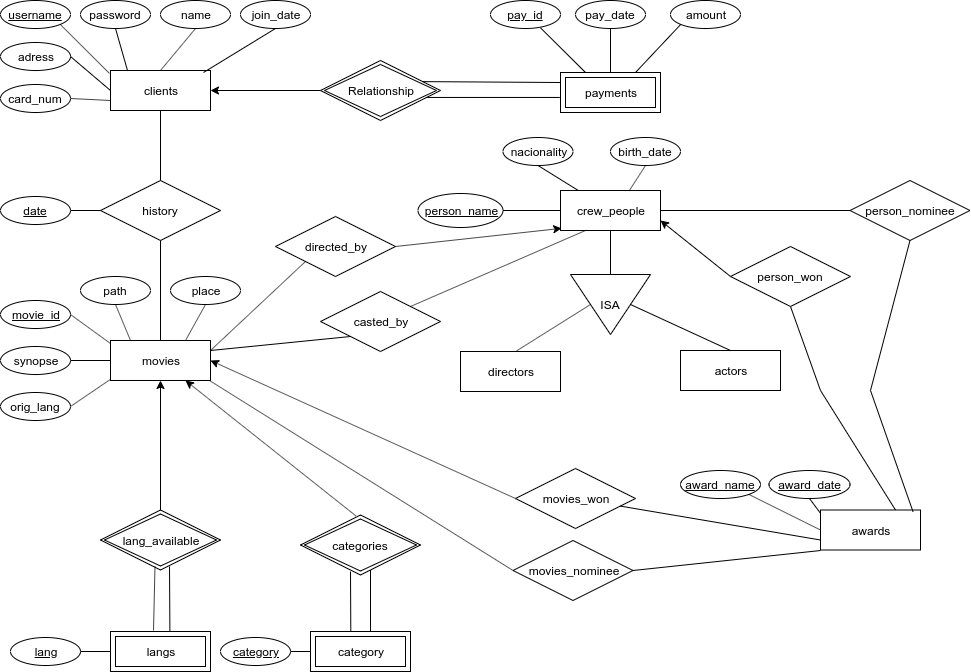
MiguelNdeCarvalho/BD-Work-2 keeps this draw.io diagram as er.png. Above is the earlier version. Source tidied: cells renumbered, new cells last; positions are measured from the earlier drawing's top-left corner, leaving out a move shared by most shapes. Source of this version:
```xml
<mxGraphModel>
  <root>
    <mxCell id="0" />
    <mxCell id="1" parent="0" />
    <mxCell id="2" value="clients" style="whiteSpace=wrap;html=1;align=center;" parent="1" vertex="1">
      <mxGeometry x="110" y="70" width="100" height="40" as="geometry" />
    </mxCell>
    <mxCell id="3" value="username" style="ellipse;whiteSpace=wrap;html=1;align=center;fontStyle=4;" parent="1" vertex="1">
      <mxGeometry width="70" height="28" as="geometry" />
    </mxCell>
    <mxCell id="4" value="password" style="ellipse;whiteSpace=wrap;html=1;align=center;" parent="1" vertex="1">
      <mxGeometry x="80" width="70" height="28" as="geometry" />
    </mxCell>
    <mxCell id="5" value="name&lt;span style=&quot;color: rgba(0 , 0 , 0 , 0) ; font-family: monospace ; font-size: 0px ; white-space: nowrap&quot;&gt;%3CmxGraphModel%3E%3Croot%3E%3CmxCell%20id%3D%220%22%2F%3E%3CmxCell%20id%3D%221%22%20parent%3D%220%22%2F%3E%3CmxCell%20id%3D%222%22%20value%3D%22username%22%20style%3D%22ellipse%3BwhiteSpace%3Dwrap%3Bhtml%3D1%3Balign%3Dcenter%3B%22%20vertex%3D%221%22%20parent%3D%221%22%3E%3CmxGeometry%20x%3D%22110%22%20y%3D%22152%22%20width%3D%2270%22%20height%3D%2228%22%20as%3D%22geometry%22%2F%3E%3C%2FmxCell%3E%3C%2Froot%3E%3C%2FmxGraphModel%3E&lt;/span&gt;" style="ellipse;whiteSpace=wrap;html=1;align=center;" parent="1" vertex="1">
      <mxGeometry x="160" width="70" height="28" as="geometry" />
    </mxCell>
    <mxCell id="6" value="join_date" style="ellipse;whiteSpace=wrap;html=1;align=center;" parent="1" vertex="1">
      <mxGeometry x="240" width="70" height="28" as="geometry" />
    </mxCell>
    <mxCell id="7" value="adress" style="ellipse;whiteSpace=wrap;html=1;align=center;" parent="1" vertex="1">
      <mxGeometry y="42" width="70" height="28" as="geometry" />
    </mxCell>
    <mxCell id="8" value="card_num" style="ellipse;whiteSpace=wrap;html=1;align=center;" parent="1" vertex="1">
      <mxGeometry y="84" width="70" height="28" as="geometry" />
    </mxCell>
    <mxCell id="9" style="endArrow=none;html=1;rounded=0;exitX=1;exitY=0.5;exitDx=0;exitDy=0;entryX=0;entryY=0.75;entryDx=0;entryDy=0;" parent="1" edge="1" source="8" target="2">
      <mxGeometry relative="1" as="geometry" />
    </mxCell>
    <mxCell id="10" style="endArrow=none;html=1;rounded=0;exitX=1;exitY=0.5;exitDx=0;exitDy=0;entryX=0;entryY=0.5;entryDx=0;entryDy=0;" parent="1" edge="1" source="7" target="2">
      <mxGeometry relative="1" as="geometry" />
    </mxCell>
    <mxCell id="11" style="endArrow=none;html=1;rounded=0;exitX=1;exitY=1;exitDx=0;exitDy=0;entryX=-0.01;entryY=0.075;entryDx=0;entryDy=0;entryPerimeter=0;" parent="1" edge="1" source="3" target="2">
      <mxGeometry relative="1" as="geometry" />
    </mxCell>
    <mxCell id="12" style="endArrow=none;html=1;rounded=0;exitX=0.5;exitY=1;exitDx=0;exitDy=0;entryX=0.17;entryY=0;entryDx=0;entryDy=0;entryPerimeter=0;" parent="1" edge="1" source="4" target="2">
      <mxGeometry relative="1" as="geometry" />
    </mxCell>
    <mxCell id="13" style="endArrow=none;html=1;rounded=0;exitX=0.5;exitY=1;exitDx=0;exitDy=0;entryX=0.5;entryY=0;entryDx=0;entryDy=0;" parent="1" edge="1" source="5" target="2">
      <mxGeometry relative="1" as="geometry" />
    </mxCell>
    <mxCell id="14" style="endArrow=none;html=1;rounded=0;exitX=0.5;exitY=1;exitDx=0;exitDy=0;entryX=0.93;entryY=0.05;entryDx=0;entryDy=0;entryPerimeter=0;" parent="1" edge="1" source="6" target="2">
      <mxGeometry relative="1" as="geometry" />
    </mxCell>
    <mxCell id="15" value="history" style="shape=rhombus;perimeter=rhombusPerimeter;whiteSpace=wrap;html=1;align=center;" parent="1" vertex="1">
      <mxGeometry x="100" y="180" width="120" height="60" as="geometry" />
    </mxCell>
    <mxCell id="16" style="endArrow=none;html=1;rounded=0;exitX=0.5;exitY=1;exitDx=0;exitDy=0;entryX=0.5;entryY=0;entryDx=0;entryDy=0;" parent="1" edge="1" source="2" target="15">
      <mxGeometry relative="1" as="geometry" />
    </mxCell>
    <mxCell id="17" value="date" style="ellipse;whiteSpace=wrap;html=1;align=center;fontStyle=4;" parent="1" vertex="1">
      <mxGeometry y="196" width="70" height="28" as="geometry" />
    </mxCell>
    <mxCell id="18" style="endArrow=none;html=1;rounded=0;exitX=1;exitY=0.5;exitDx=0;exitDy=0;entryX=0;entryY=0.5;entryDx=0;entryDy=0;" parent="1" edge="1" source="17" target="15">
      <mxGeometry relative="1" as="geometry" />
    </mxCell>
    <mxCell id="19" value="movies" style="whiteSpace=wrap;html=1;align=center;" parent="1" vertex="1">
      <mxGeometry x="110" y="340" width="100" height="40" as="geometry" />
    </mxCell>
    <mxCell id="20" style="endArrow=none;html=1;rounded=0;exitX=0.5;exitY=1;exitDx=0;exitDy=0;entryX=0.5;entryY=0;entryDx=0;entryDy=0;" parent="1" edge="1" source="15" target="19">
      <mxGeometry relative="1" as="geometry" />
    </mxCell>
    <mxCell id="21" value="path" style="ellipse;whiteSpace=wrap;html=1;align=center;" parent="1" vertex="1">
      <mxGeometry x="80" y="276" width="70" height="28" as="geometry" />
    </mxCell>
    <mxCell id="22" value="place" style="ellipse;whiteSpace=wrap;html=1;align=center;" parent="1" vertex="1">
      <mxGeometry x="170" y="276" width="70" height="28" as="geometry" />
    </mxCell>
    <mxCell id="23" value="movie_id" style="ellipse;whiteSpace=wrap;html=1;align=center;fontStyle=4;" parent="1" vertex="1">
      <mxGeometry y="300" width="70" height="28" as="geometry" />
    </mxCell>
    <mxCell id="24" value="synopse" style="ellipse;whiteSpace=wrap;html=1;align=center;" parent="1" vertex="1">
      <mxGeometry y="346" width="70" height="28" as="geometry" />
    </mxCell>
    <mxCell id="25" value="orig_lang" style="ellipse;whiteSpace=wrap;html=1;align=center;" parent="1" vertex="1">
      <mxGeometry y="392" width="70" height="28" as="geometry" />
    </mxCell>
    <mxCell id="26" style="endArrow=none;html=1;rounded=0;exitX=0.5;exitY=1;exitDx=0;exitDy=0;" parent="1" edge="1" source="21">
      <mxGeometry relative="1" as="geometry">
        <mxPoint x="130" y="340" as="targetPoint" />
      </mxGeometry>
    </mxCell>
    <mxCell id="27" style="endArrow=none;html=1;rounded=0;exitX=0.5;exitY=1;exitDx=0;exitDy=0;entryX=0.75;entryY=0;entryDx=0;entryDy=0;" parent="1" edge="1" source="22" target="19">
      <mxGeometry relative="1" as="geometry" />
    </mxCell>
    <mxCell id="28" style="endArrow=none;html=1;rounded=0;exitX=1;exitY=0.5;exitDx=0;exitDy=0;entryX=0;entryY=0.075;entryDx=0;entryDy=0;entryPerimeter=0;" parent="1" edge="1" source="23" target="19">
      <mxGeometry relative="1" as="geometry" />
    </mxCell>
    <mxCell id="29" style="endArrow=none;html=1;rounded=0;exitX=1;exitY=0.5;exitDx=0;exitDy=0;entryX=0;entryY=0.5;entryDx=0;entryDy=0;" parent="1" edge="1" source="24" target="19">
      <mxGeometry relative="1" as="geometry" />
    </mxCell>
    <mxCell id="30" style="endArrow=none;html=1;rounded=0;exitX=1;exitY=0.5;exitDx=0;exitDy=0;entryX=-0.003;entryY=0.976;entryDx=0;entryDy=0;entryPerimeter=0;" parent="1" edge="1" source="25" target="19">
      <mxGeometry relative="1" as="geometry" />
    </mxCell>
    <mxCell id="31" value="Relationship" style="shape=rhombus;double=1;perimeter=rhombusPerimeter;whiteSpace=wrap;html=1;align=center;" parent="1" vertex="1">
      <mxGeometry x="320" y="60" width="120" height="60" as="geometry" />
    </mxCell>
    <mxCell id="32" style="endArrow=classic;html=1;entryX=1;entryY=0.5;entryDx=0;entryDy=0;exitX=0;exitY=0.5;exitDx=0;exitDy=0;" parent="1" edge="1" source="31" target="2">
      <mxGeometry relative="1" as="geometry" />
    </mxCell>
    <mxCell id="33" value="payments" style="shape=ext;margin=3;double=1;whiteSpace=wrap;html=1;align=center;" parent="1" vertex="1">
      <mxGeometry x="560" y="72" width="100" height="40" as="geometry" />
    </mxCell>
    <mxCell id="34" style="endArrow=none;html=1;rounded=0;entryX=0;entryY=0.25;entryDx=0;entryDy=0;exitX=0.85;exitY=0.352;exitDx=0;exitDy=0;exitPerimeter=0;" parent="1" edge="1" source="31" target="33">
      <mxGeometry relative="1" as="geometry" />
    </mxCell>
    <mxCell id="35" style="endArrow=none;html=1;rounded=0;exitX=0.879;exitY=0.616;exitDx=0;exitDy=0;exitPerimeter=0;entryX=-0.007;entryY=0.624;entryDx=0;entryDy=0;entryPerimeter=0;" parent="1" edge="1" source="31" target="33">
      <mxGeometry relative="1" as="geometry" />
    </mxCell>
    <mxCell id="36" value="pay_id" style="ellipse;whiteSpace=wrap;html=1;align=center;fontStyle=4;" parent="1" vertex="1">
      <mxGeometry x="490" width="70" height="28" as="geometry" />
    </mxCell>
    <mxCell id="37" value="pay_date" style="ellipse;whiteSpace=wrap;html=1;align=center;" parent="1" vertex="1">
      <mxGeometry x="575" width="70" height="28" as="geometry" />
    </mxCell>
    <mxCell id="38" style="endArrow=none;html=1;rounded=0;exitX=0.714;exitY=0.975;exitDx=0;exitDy=0;exitPerimeter=0;entryX=0.25;entryY=0;entryDx=0;entryDy=0;" parent="1" edge="1" source="36" target="33">
      <mxGeometry relative="1" as="geometry" />
    </mxCell>
    <mxCell id="39" style="endArrow=none;html=1;rounded=0;entryX=0.5;entryY=0;entryDx=0;entryDy=0;exitX=0.5;exitY=1;exitDx=0;exitDy=0;" parent="1" edge="1" source="37" target="33">
      <mxGeometry relative="1" as="geometry" />
    </mxCell>
    <mxCell id="40" value="amount" style="ellipse;whiteSpace=wrap;html=1;align=center;" parent="1" vertex="1">
      <mxGeometry x="670" width="70" height="28" as="geometry" />
    </mxCell>
    <mxCell id="41" style="endArrow=none;html=1;rounded=0;exitX=0;exitY=1;exitDx=0;exitDy=0;entryX=0.75;entryY=0;entryDx=0;entryDy=0;" parent="1" edge="1" source="40" target="33">
      <mxGeometry relative="1" as="geometry" />
    </mxCell>
    <mxCell id="42" style="endArrow=classic;html=1;entryX=0.5;entryY=1;entryDx=0;entryDy=0;exitX=0.5;exitY=0;exitDx=0;exitDy=0;" parent="1" edge="1" target="19">
      <mxGeometry relative="1" as="geometry">
        <mxPoint x="160" y="510" as="sourcePoint" />
      </mxGeometry>
    </mxCell>
    <mxCell id="43" style="endArrow=classic;html=1;entryX=0.75;entryY=1;entryDx=0;entryDy=0;exitX=0.461;exitY=0.014;exitDx=0;exitDy=0;exitPerimeter=0;" parent="1" edge="1" source="45" target="19">
      <mxGeometry relative="1" as="geometry" />
    </mxCell>
    <mxCell id="44" value="lang_available" style="shape=rhombus;double=1;perimeter=rhombusPerimeter;whiteSpace=wrap;html=1;align=center;" parent="1" vertex="1">
      <mxGeometry x="100" y="509.5" width="120" height="60" as="geometry" />
    </mxCell>
    <mxCell id="45" value="categories" style="shape=rhombus;double=1;perimeter=rhombusPerimeter;whiteSpace=wrap;html=1;align=center;" parent="1" vertex="1">
      <mxGeometry x="300" y="514.5" width="120" height="60" as="geometry" />
    </mxCell>
    <mxCell id="46" value="langs" style="shape=ext;margin=3;double=1;whiteSpace=wrap;html=1;align=center;" parent="1" vertex="1">
      <mxGeometry x="110" y="631" width="100" height="40" as="geometry" />
    </mxCell>
    <mxCell id="47" style="endArrow=none;html=1;rounded=0;exitX=0.454;exitY=0.944;exitDx=0;exitDy=0;exitPerimeter=0;" parent="1" edge="1" source="44">
      <mxGeometry relative="1" as="geometry">
        <mxPoint x="153" y="630" as="targetPoint" />
      </mxGeometry>
    </mxCell>
    <mxCell id="48" value="lang" style="ellipse;whiteSpace=wrap;html=1;align=center;fontStyle=4;" parent="1" vertex="1">
      <mxGeometry x="10" y="637" width="70" height="28" as="geometry" />
    </mxCell>
    <mxCell id="49" style="endArrow=none;html=1;rounded=0;exitX=1;exitY=0.5;exitDx=0;exitDy=0;entryX=0;entryY=0.5;entryDx=0;entryDy=0;" parent="1" edge="1" source="48" target="46">
      <mxGeometry relative="1" as="geometry" />
    </mxCell>
    <mxCell id="50" value="category" style="shape=ext;margin=3;double=1;whiteSpace=wrap;html=1;align=center;" parent="1" vertex="1">
      <mxGeometry x="310" y="631" width="100" height="40" as="geometry" />
    </mxCell>
    <mxCell id="51" value="category" style="ellipse;whiteSpace=wrap;html=1;align=center;fontStyle=4;" parent="1" vertex="1">
      <mxGeometry x="220" y="637" width="70" height="28" as="geometry" />
    </mxCell>
    <mxCell id="52" style="endArrow=none;html=1;rounded=0;exitX=0;exitY=0.5;exitDx=0;exitDy=0;entryX=1;entryY=0.5;entryDx=0;entryDy=0;" parent="1" edge="1" source="50" target="51">
      <mxGeometry relative="1" as="geometry" />
    </mxCell>
    <mxCell id="53" style="endArrow=none;html=1;rounded=0;exitX=0.5;exitY=1;exitDx=0;exitDy=0;" parent="1" edge="1">
      <mxGeometry relative="1" as="geometry">
        <mxPoint x="370" y="569.5" as="sourcePoint" />
        <mxPoint x="370" y="631" as="targetPoint" />
      </mxGeometry>
    </mxCell>
    <mxCell id="54" style="endArrow=none;html=1;rounded=0;entryX=0.354;entryY=0;entryDx=0;entryDy=0;entryPerimeter=0;" parent="1" edge="1">
      <mxGeometry relative="1" as="geometry">
        <mxPoint x="169" y="566" as="sourcePoint" />
        <mxPoint x="169.4" y="631" as="targetPoint" />
      </mxGeometry>
    </mxCell>
    <mxCell id="55" style="endArrow=none;html=1;rounded=0;entryX=0.403;entryY=-0.017;entryDx=0;entryDy=0;entryPerimeter=0;" parent="1" edge="1" target="50">
      <mxGeometry relative="1" as="geometry">
        <mxPoint x="350" y="571" as="sourcePoint" />
      </mxGeometry>
    </mxCell>
    <mxCell id="56" value="crew_people" style="whiteSpace=wrap;html=1;align=center;" parent="1" vertex="1">
      <mxGeometry x="560" y="190" width="100" height="40" as="geometry" />
    </mxCell>
    <mxCell id="57" value="person_name" style="ellipse;whiteSpace=wrap;html=1;align=center;fontStyle=4;" parent="1" vertex="1">
      <mxGeometry x="417.5" y="193" width="85" height="34" as="geometry" />
    </mxCell>
    <mxCell id="58" style="endArrow=none;html=1;rounded=0;exitX=1;exitY=0.5;exitDx=0;exitDy=0;entryX=0;entryY=0.5;entryDx=0;entryDy=0;" parent="1" edge="1" source="57" target="56">
      <mxGeometry relative="1" as="geometry" />
    </mxCell>
    <mxCell id="59" value="nacionality" style="ellipse;whiteSpace=wrap;html=1;align=center;fontStyle=0;" parent="1" vertex="1">
      <mxGeometry x="502.5" y="137" width="70" height="28" as="geometry" />
    </mxCell>
    <mxCell id="60" value="birth_date" style="ellipse;whiteSpace=wrap;html=1;align=center;fontStyle=0;" parent="1" vertex="1">
      <mxGeometry x="610" y="137" width="70" height="28" as="geometry" />
    </mxCell>
    <mxCell id="61" style="endArrow=none;html=1;rounded=0;exitX=0.5;exitY=1;exitDx=0;exitDy=0;" parent="1" edge="1" source="59" target="56">
      <mxGeometry relative="1" as="geometry" />
    </mxCell>
    <mxCell id="62" style="endArrow=none;html=1;rounded=0;exitX=0.5;exitY=1;exitDx=0;exitDy=0;entryX=0.687;entryY=0.008;entryDx=0;entryDy=0;entryPerimeter=0;" parent="1" edge="1" source="60" target="56">
      <mxGeometry relative="1" as="geometry" />
    </mxCell>
    <mxCell id="63" value="ISA" style="triangle;whiteSpace=wrap;html=1;direction=south;" parent="1" vertex="1">
      <mxGeometry x="570" y="274" width="80" height="60" as="geometry" />
    </mxCell>
    <mxCell id="64" style="endArrow=none;html=1;rounded=0;exitX=0.5;exitY=1;exitDx=0;exitDy=0;entryX=0;entryY=0.5;entryDx=0;entryDy=0;" parent="1" edge="1" source="56" target="63">
      <mxGeometry relative="1" as="geometry" />
    </mxCell>
    <mxCell id="65" value="directors" style="whiteSpace=wrap;html=1;align=center;" parent="1" vertex="1">
      <mxGeometry x="460" y="351" width="100" height="40" as="geometry" />
    </mxCell>
    <mxCell id="66" value="actors" style="whiteSpace=wrap;html=1;align=center;" parent="1" vertex="1">
      <mxGeometry x="680" y="350" width="100" height="40" as="geometry" />
    </mxCell>
    <mxCell id="67" style="endArrow=none;html=1;rounded=0;exitX=0.5;exitY=1;exitDx=0;exitDy=0;entryX=0.562;entryY=-0.017;entryDx=0;entryDy=0;entryPerimeter=0;" parent="1" edge="1" source="63" target="65">
      <mxGeometry relative="1" as="geometry" />
    </mxCell>
    <mxCell id="68" style="endArrow=none;html=1;rounded=0;exitX=0.5;exitY=0;exitDx=0;exitDy=0;entryX=0.5;entryY=0;entryDx=0;entryDy=0;" parent="1" edge="1" source="63" target="66">
      <mxGeometry relative="1" as="geometry" />
    </mxCell>
    <mxCell id="69" value="awards" style="whiteSpace=wrap;html=1;align=center;" parent="1" vertex="1">
      <mxGeometry x="820" y="509.5" width="100" height="40" as="geometry" />
    </mxCell>
    <mxCell id="70" style="endArrow=classic;html=1;entryX=1;entryY=0.75;entryDx=0;entryDy=0;exitX=0;exitY=0.5;exitDx=0;exitDy=0;" parent="1" edge="1" source="77" target="56">
      <mxGeometry relative="1" as="geometry" />
    </mxCell>
    <mxCell id="71" style="endArrow=none;html=1;rounded=0;entryX=0.5;entryY=1;entryDx=0;entryDy=0;exitX=0.75;exitY=0;exitDx=0;exitDy=0;" parent="1" edge="1" source="69" target="77">
      <mxGeometry relative="1" as="geometry">
        <Array as="points">
          <mxPoint x="820" y="390" />
        </Array>
      </mxGeometry>
    </mxCell>
    <mxCell id="72" style="endArrow=none;html=1;rounded=0;entryX=0.5;entryY=1;entryDx=0;entryDy=0;exitX=0.925;exitY=0.042;exitDx=0;exitDy=0;exitPerimeter=0;" parent="1" edge="1" source="69" target="78">
      <mxGeometry relative="1" as="geometry">
        <Array as="points">
          <mxPoint x="870" y="390" />
        </Array>
      </mxGeometry>
    </mxCell>
    <mxCell id="73" value="award_name" style="ellipse;whiteSpace=wrap;html=1;align=center;fontStyle=4;" parent="1" vertex="1">
      <mxGeometry x="680" y="470" width="80" height="28" as="geometry" />
    </mxCell>
    <mxCell id="74" value="award_date" style="ellipse;whiteSpace=wrap;html=1;align=center;fontStyle=4;" parent="1" vertex="1">
      <mxGeometry x="768.5" y="470" width="81" height="28" as="geometry" />
    </mxCell>
    <mxCell id="75" style="endArrow=none;html=1;rounded=0;exitX=0.5;exitY=1;exitDx=0;exitDy=0;entryX=0;entryY=0.083;entryDx=0;entryDy=0;entryPerimeter=0;" parent="1" edge="1" source="74" target="69">
      <mxGeometry relative="1" as="geometry" />
    </mxCell>
    <mxCell id="76" style="endArrow=none;html=1;rounded=0;exitX=1;exitY=1;exitDx=0;exitDy=0;entryX=0;entryY=0.5;entryDx=0;entryDy=0;" parent="1" edge="1" source="73" target="69">
      <mxGeometry relative="1" as="geometry" />
    </mxCell>
    <mxCell id="77" value="person_won" style="shape=rhombus;perimeter=rhombusPerimeter;whiteSpace=wrap;html=1;align=center;" parent="1" vertex="1">
      <mxGeometry x="730" y="246" width="120" height="60" as="geometry" />
    </mxCell>
    <mxCell id="78" value="person_nominee" style="shape=rhombus;perimeter=rhombusPerimeter;whiteSpace=wrap;html=1;align=center;" parent="1" vertex="1">
      <mxGeometry x="849.5" y="180" width="120" height="60" as="geometry" />
    </mxCell>
    <mxCell id="79" value="movies_won" style="shape=rhombus;perimeter=rhombusPerimeter;whiteSpace=wrap;html=1;align=center;" parent="1" vertex="1">
      <mxGeometry x="515" y="468" width="120" height="60" as="geometry" />
    </mxCell>
    <mxCell id="80" style="endArrow=none;html=1;rounded=0;entryX=0;entryY=0.75;entryDx=0;entryDy=0;" parent="1" edge="1" source="79" target="69">
      <mxGeometry relative="1" as="geometry" />
    </mxCell>
    <mxCell id="81" style="endArrow=classic;html=1;exitX=0;exitY=0.5;exitDx=0;exitDy=0;entryX=1;entryY=0.5;entryDx=0;entryDy=0;" parent="1" edge="1" source="79" target="19">
      <mxGeometry relative="1" as="geometry" />
    </mxCell>
    <mxCell id="82" value="directed_by" style="shape=rhombus;perimeter=rhombusPerimeter;whiteSpace=wrap;html=1;align=center;" parent="1" vertex="1">
      <mxGeometry x="275" y="216" width="120" height="60" as="geometry" />
    </mxCell>
    <mxCell id="83" style="endArrow=none;html=1;rounded=0;exitX=1;exitY=0.25;exitDx=0;exitDy=0;entryX=0;entryY=1;entryDx=0;entryDy=0;" parent="1" edge="1" source="19" target="82">
      <mxGeometry relative="1" as="geometry" />
    </mxCell>
    <mxCell id="84" style="endArrow=classic;html=1;exitX=1;exitY=0.5;exitDx=0;exitDy=0;entryX=0.012;entryY=0.946;entryDx=0;entryDy=0;entryPerimeter=0;" parent="1" edge="1" source="82" target="56">
      <mxGeometry relative="1" as="geometry" />
    </mxCell>
    <mxCell id="85" value="casted_by" style="shape=rhombus;perimeter=rhombusPerimeter;whiteSpace=wrap;html=1;align=center;" parent="1" vertex="1">
      <mxGeometry x="320" y="291" width="120" height="60" as="geometry" />
    </mxCell>
    <mxCell id="86" style="endArrow=none;html=1;entryX=0.25;entryY=1;entryDx=0;entryDy=0;exitX=1;exitY=0;exitDx=0;exitDy=0;" parent="1" edge="1" source="85" target="56">
      <mxGeometry relative="1" as="geometry" />
    </mxCell>
    <mxCell id="87" style="endArrow=none;html=1;entryX=0;entryY=1;entryDx=0;entryDy=0;exitX=1;exitY=0.25;exitDx=0;exitDy=0;" parent="1" edge="1" source="19" target="85">
      <mxGeometry relative="1" as="geometry" />
    </mxCell>
    <mxCell id="88" value="movies_nominee" style="shape=rhombus;perimeter=rhombusPerimeter;whiteSpace=wrap;html=1;align=center;" parent="1" vertex="1">
      <mxGeometry x="512.5" y="540" width="120" height="60" as="geometry" />
    </mxCell>
    <mxCell id="89" style="endArrow=none;html=1;rounded=0;exitX=1;exitY=0.5;exitDx=0;exitDy=0;entryX=0;entryY=1.013;entryDx=0;entryDy=0;entryPerimeter=0;" parent="1" edge="1" source="88" target="69">
      <mxGeometry relative="1" as="geometry" />
    </mxCell>
    <mxCell id="90" style="endArrow=none;html=1;rounded=0;exitX=0.99;exitY=1;exitDx=0;exitDy=0;exitPerimeter=0;entryX=0;entryY=0.5;entryDx=0;entryDy=0;" parent="1" edge="1" source="19" target="88">
      <mxGeometry relative="1" as="geometry" />
    </mxCell>
    <mxCell id="91" style="endArrow=none;html=1;rounded=0;exitX=1;exitY=0.5;exitDx=0;exitDy=0;entryX=0;entryY=0.5;entryDx=0;entryDy=0;" parent="1" edge="1" source="56" target="78">
      <mxGeometry relative="1" as="geometry" />
    </mxCell>
  </root>
</mxGraphModel>
```
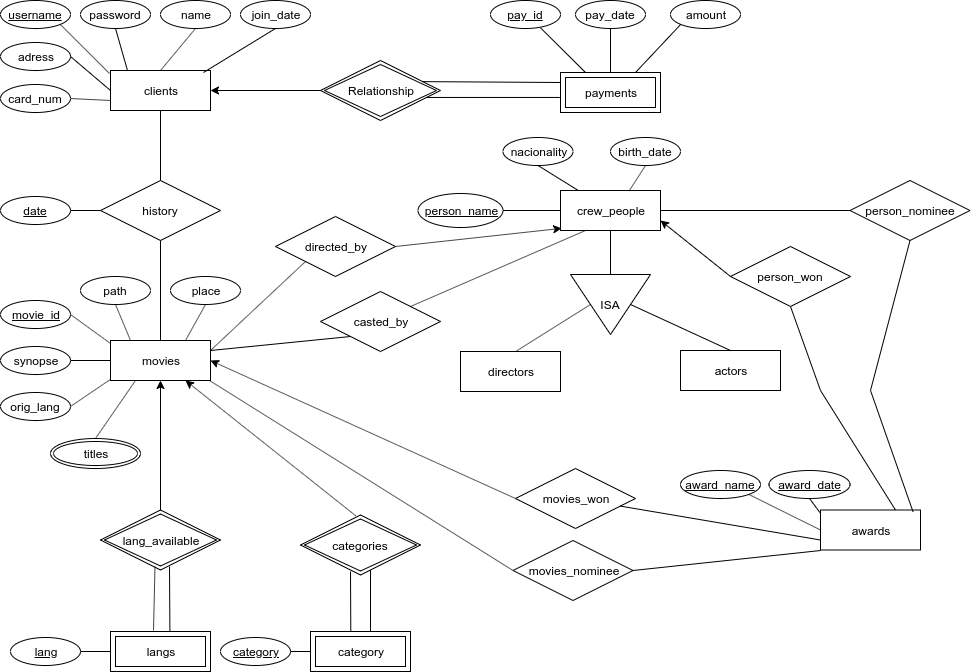
The same diagram one commit later.

Diff of the diagram source:
```diff
@@ -294,5 +294,11 @@
     <mxCell id="91" style="endArrow=none;html=1;rounded=0;exitX=1;exitY=0.5;exitDx=0;exitDy=0;entryX=0;entryY=0.5;entryDx=0;entryDy=0;" parent="1" edge="1" source="56" target="78">
       <mxGeometry relative="1" as="geometry" />
     </mxCell>
+    <mxCell id="92" value="titles" style="ellipse;shape=doubleEllipse;margin=3;whiteSpace=wrap;html=1;align=center;" parent="1" vertex="1">
+      <mxGeometry x="50" y="438" width="90" height="30" as="geometry" />
+    </mxCell>
+    <mxCell id="93" style="endArrow=none;html=1;rounded=0;exitX=0.5;exitY=0;exitDx=0;exitDy=0;entryX=0.25;entryY=1;entryDx=0;entryDy=0;" parent="1" edge="1" source="92" target="19">
+      <mxGeometry relative="1" as="geometry" />
+    </mxCell>
   </root>
 </mxGraphModel>
```
